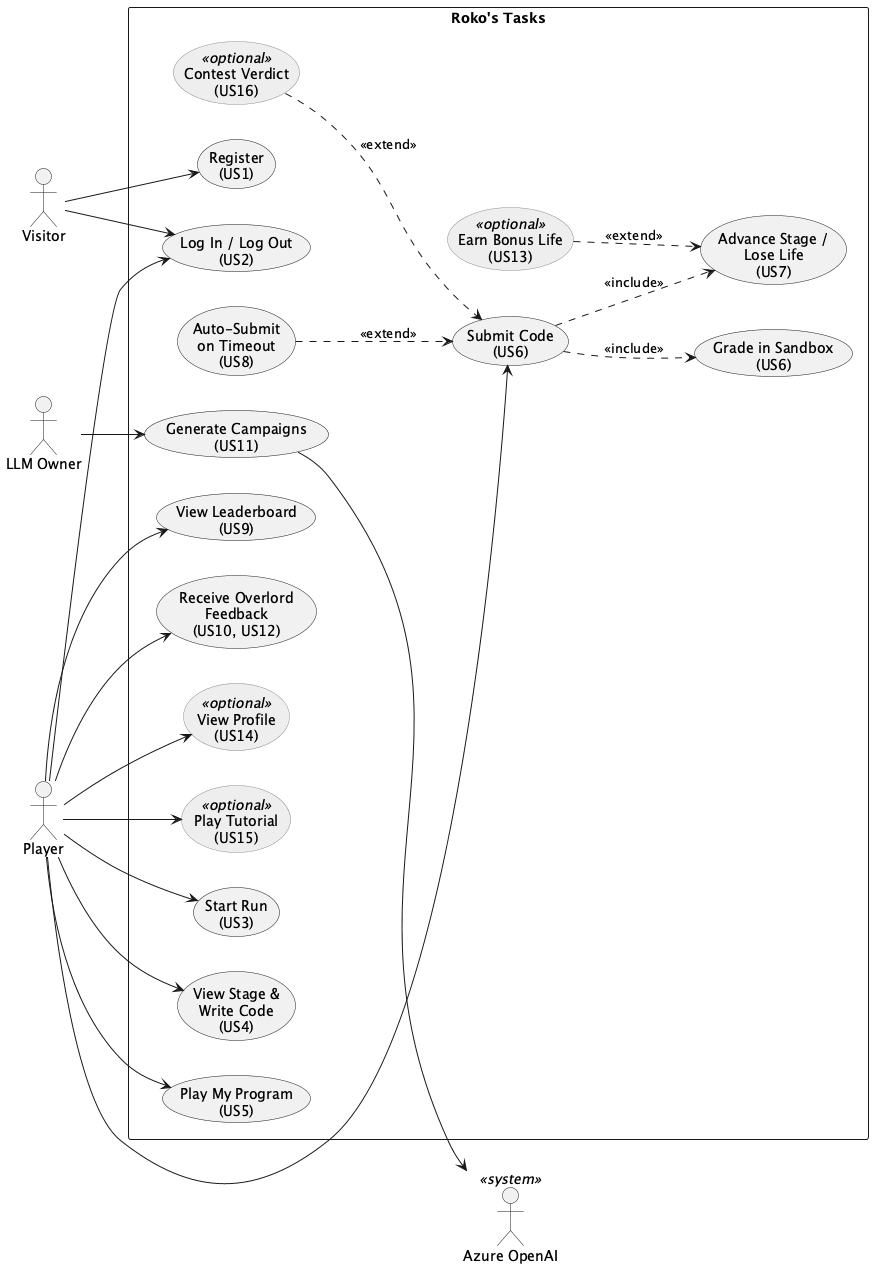
This is uml/use_case.png from msu-denver/rokos-tasks, a PlantUML export, as it was before one commit. Source of this version:
```plantuml
@startuml use_case

left to right direction
skinparam packageStyle rectangle
skinparam usecase {
    BackgroundColor<<optional>> #EEEEEE
    BorderColor<<optional>> #888888
}

actor Visitor
actor Player
actor "LLM Owner" as LlmOwner
actor "Azure OpenAI" as Azure <<system>>

rectangle "Roko's Tasks" {
    usecase "Register\n(US1)" as UC1
    usecase "Log In / Log Out\n(US2)" as UC2
    usecase "Start Run\n(US3)" as UC3
    usecase "View Stage &\nWrite Code\n(US4)" as UC4
    usecase "Play My Program\n(US5)" as UC5
    usecase "Submit Code\n(US6)" as UC6
    usecase "Grade in Sandbox\n(US6)" as UCGrade
    usecase "Advance Stage /\nLose Life\n(US7)" as UC7
    usecase "Auto-Submit\non Timeout\n(US8)" as UC8
    usecase "View Leaderboard\n(US9)" as UC9
    usecase "Receive Overlord\nFeedback\n(US10, US12)" as UC10
    usecase "Generate Campaigns\n(US11)" as UC11
    usecase "Earn Bonus Life\n(US13)" as UC13 <<optional>>
    usecase "View Profile\n(US14)" as UC14 <<optional>>
    usecase "Play Tutorial\n(US15)" as UC15 <<optional>>
    usecase "Contest Verdict\n(US16)" as UC16 <<optional>>
}

Visitor --> UC1
Visitor --> UC2

Player --> UC2
Player --> UC3
Player --> UC4
Player --> UC5
Player --> UC6
Player --> UC9
Player --> UC10
Player --> UC14
Player --> UC15

UC6 ..> UCGrade : <<include>>
UC6 ..> UC7 : <<include>>
UC8 ..> UC6 : <<extend>>
UC13 ..> UC7 : <<extend>>
UC16 ..> UC6 : <<extend>>

LlmOwner --> UC11
UC11 --> Azure

@enduml
```
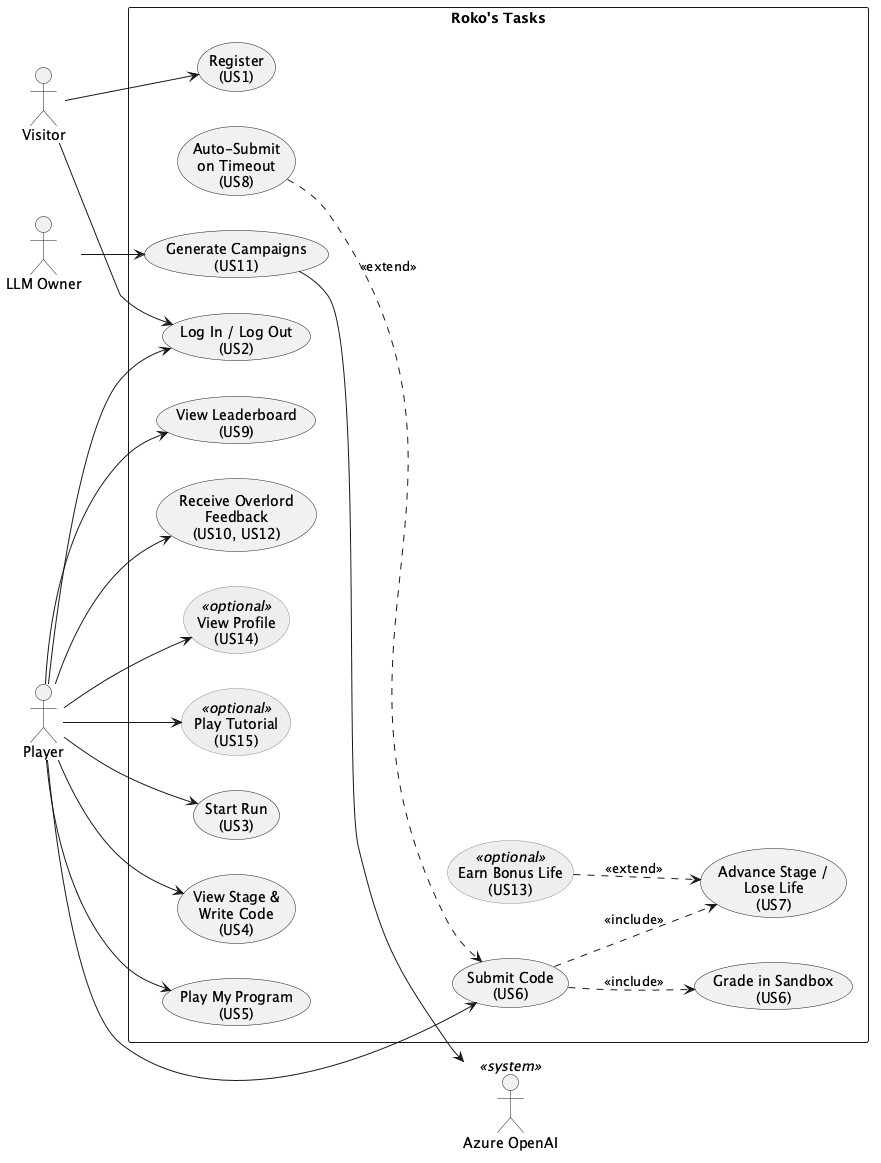
Later version of the same file.

Diff of the diagram source:
```diff
@@ -28,7 +28,6 @@
     usecase "Earn Bonus Life\n(US13)" as UC13 <<optional>>
     usecase "View Profile\n(US14)" as UC14 <<optional>>
     usecase "Play Tutorial\n(US15)" as UC15 <<optional>>
-    usecase "Contest Verdict\n(US16)" as UC16 <<optional>>
 }
 
 Visitor --> UC1
@@ -48,7 +47,6 @@
 UC6 ..> UC7 : <<include>>
 UC8 ..> UC6 : <<extend>>
 UC13 ..> UC7 : <<extend>>
-UC16 ..> UC6 : <<extend>>
 
 LlmOwner --> UC11
 UC11 --> Azure
```
